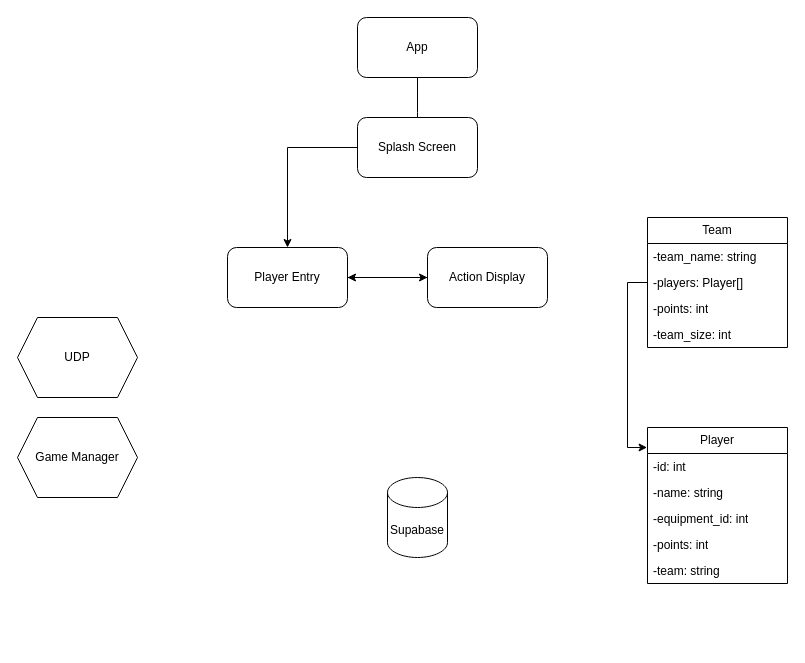
Above: laser-tag.drawio in MachkrXXIV/team-2-laser-tag (draw.io), before the change. Source tidied: cells renumbered, new cells numbered last; positions are measured from the earlier drawing's top-left corner, leaving out a move shared by most shapes. Both pictures are drawn from the tidied source at 100%, with x=0, y=0 at pixel (17, 17).
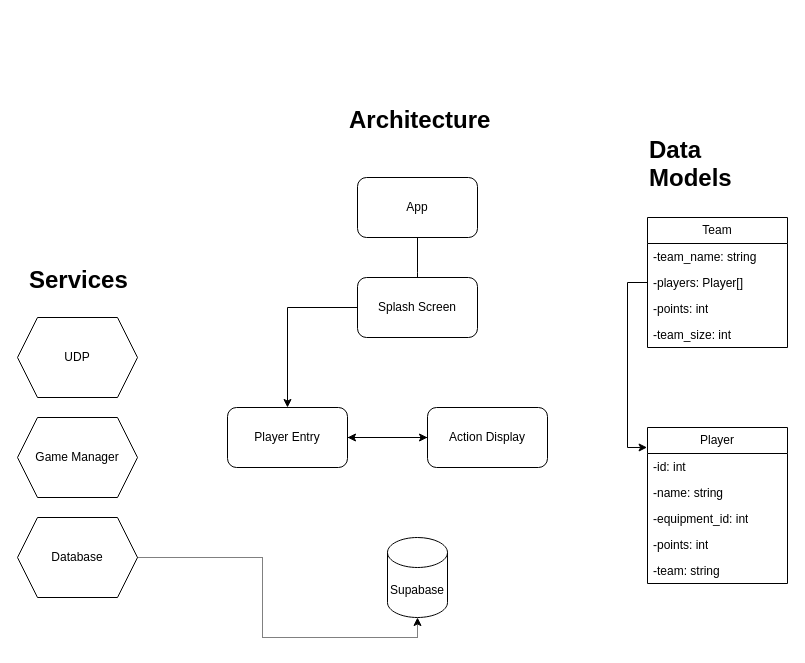
The same diagram, later.

The edit, as a diff of the source:
```diff
@@
     <mxCell id="2" style="edgeStyle=orthogonalEdgeStyle;rounded=0;jettySize=auto;html=1;" parent="1" edge="1" source="3">
       <mxGeometry relative="1" as="geometry">
-        <mxPoint x="400" y="130" as="targetPoint" />
+        <mxPoint x="400" y="290" as="targetPoint" />
       </mxGeometry>
     </mxCell>
     <mxCell id="3" value="App" style="rounded=1;whiteSpace=wrap;html=1;" parent="1" vertex="1">
-      <mxGeometry x="340" width="120" height="60" as="geometry" />
+      <mxGeometry x="340" y="160" width="120" height="60" as="geometry" />
     </mxCell>
@@
     <mxCell id="5" value="Splash Screen" style="rounded=1;whiteSpace=wrap;html=1;" parent="1" vertex="1">
-      <mxGeometry x="340" y="100" width="120" height="60" as="geometry" />
+      <mxGeometry x="340" y="260" width="120" height="60" as="geometry" />
     </mxCell>
@@
     <mxCell id="7" value="Player Entry" style="rounded=1;whiteSpace=wrap;html=1;" parent="1" vertex="1">
-      <mxGeometry x="210" y="230" width="120" height="60" as="geometry" />
+      <mxGeometry x="210" y="390" width="120" height="60" as="geometry" />
     </mxCell>
@@
     <mxCell id="9" value="Action Display" style="whiteSpace=wrap;html=1;rounded=1;" parent="1" vertex="1">
-      <mxGeometry x="410" y="230" width="120" height="60" as="geometry" />
+      <mxGeometry x="410" y="390" width="120" height="60" as="geometry" />
     </mxCell>
     <mxCell id="10" value="Supabase" style="shape=cylinder3;whiteSpace=wrap;html=1;boundedLbl=1;backgroundOutline=1;size=15;" parent="1" vertex="1">
-      <mxGeometry x="370" y="460" width="60" height="80" as="geometry" />
+      <mxGeometry x="370" y="520" width="60" height="80" as="geometry" />
     </mxCell>
@@
+    <mxCell id="25" value="&lt;h1&gt;Services&lt;br&gt;&lt;/h1&gt;" style="text;html=1;whiteSpace=wrap;overflow=hidden;rounded=0;verticalAlign=middle;" parent="1" vertex="1">
+      <mxGeometry x="10" y="230" width="140" height="60" as="geometry" />
+    </mxCell>
+    <mxCell id="26" value="&lt;h1&gt;Data Models&lt;br&gt;&lt;/h1&gt;" style="text;html=1;whiteSpace=wrap;overflow=hidden;rounded=0;verticalAlign=middle;" parent="1" vertex="1">
+      <mxGeometry x="630" y="100" width="140" height="90" as="geometry" />
+    </mxCell>
+    <mxCell id="27" value="&lt;h1&gt;Architecture&lt;br&gt;&lt;/h1&gt;" style="text;html=1;whiteSpace=wrap;overflow=hidden;rounded=0;verticalAlign=middle;" parent="1" vertex="1">
+      <mxGeometry x="330" y="70" width="160" height="60" as="geometry" />
+    </mxCell>
+    <mxCell id="28" value="Database" style="shape=hexagon;perimeter=hexagonPerimeter2;whiteSpace=wrap;html=1;fixedSize=1;" parent="1" vertex="1">
+      <mxGeometry y="500" width="120" height="80" as="geometry" />
+    </mxCell>
+    <mxCell id="29" style="edgeStyle=orthogonalEdgeStyle;rounded=0;jettySize=auto;html=1;exitX=1;exitY=0.5;exitDx=0;exitDy=0;entryX=0.5;entryY=1;entryDx=0;entryDy=0;entryPerimeter=0;dashed=1;dashPattern=1 1;" parent="1" edge="1" source="28" target="10">
+      <mxGeometry relative="1" as="geometry" />
+    </mxCell>
```
